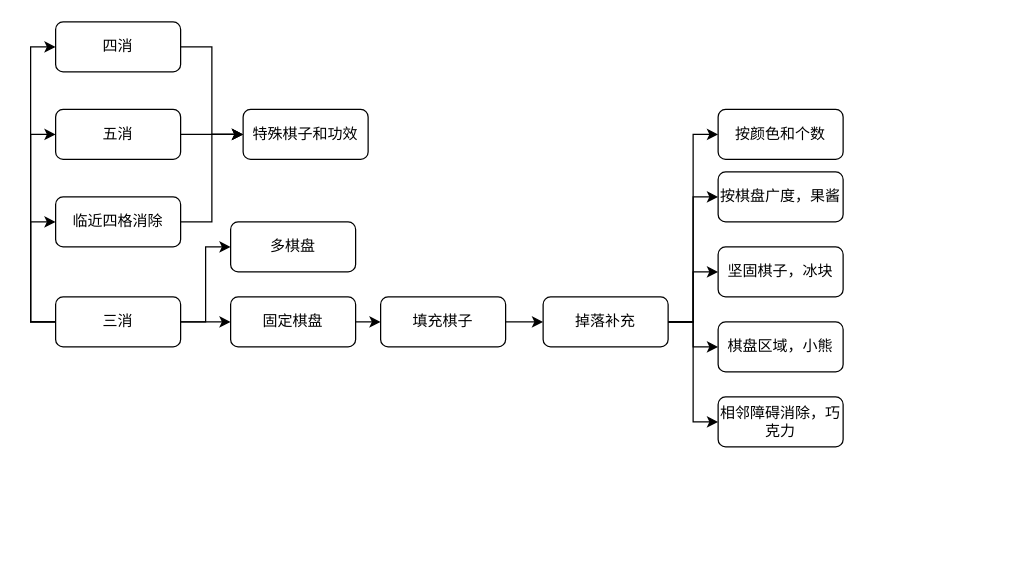
Archieeeeee/drawbox keeps this draw.io diagram as sanxiaodesign.drawio. Above is the earlier version. Source tidied: cells renumbered, new cells numbered last; positions are measured from the earlier drawing's top-left corner, leaving out a move shared by most shapes. Both pictures are drawn from the tidied source at 125%, with x=0, y=0 at pixel (55, 21).
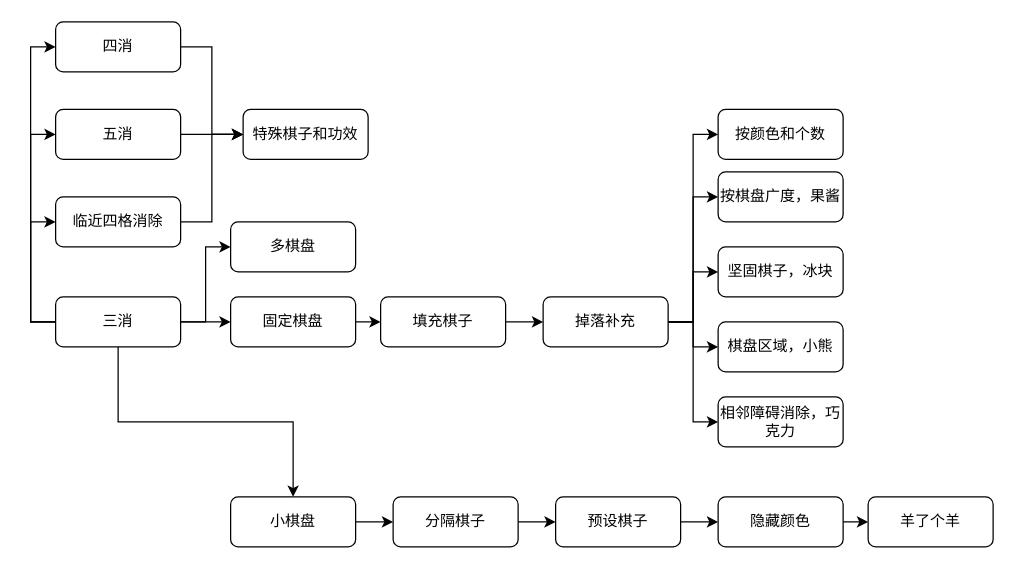
Above is the later version.

The change refers to these unchanged cells:
```xml
<mxCell id="7" value="三消" style="rounded=1;whiteSpace=wrap;html=1;" parent="1" vertex="1">
  <mxGeometry y="220" width="100" height="40" as="geometry" />
</mxCell>
```

Change to the diagram source:
```diff
@@
+    <mxCell id="31" style="edgeStyle=orthogonalEdgeStyle;rounded=0;jettySize=auto;html=1;exitX=0.5;exitY=1;exitDx=0;exitDy=0;" parent="1" edge="1" source="7" target="33">
+      <mxGeometry relative="1" as="geometry" />
+    </mxCell>
@@
+    <mxCell id="32" style="edgeStyle=orthogonalEdgeStyle;rounded=0;jettySize=auto;html=1;exitX=1;exitY=0.5;exitDx=0;exitDy=0;entryX=0;entryY=0.5;entryDx=0;entryDy=0;" parent="1" edge="1" source="33" target="35">
+      <mxGeometry relative="1" as="geometry" />
+    </mxCell>
+    <mxCell id="33" value="小棋盘" style="rounded=1;whiteSpace=wrap;html=1;" parent="1" vertex="1">
+      <mxGeometry x="140" y="380" width="100" height="40" as="geometry" />
+    </mxCell>
+    <mxCell id="34" style="edgeStyle=orthogonalEdgeStyle;rounded=0;jettySize=auto;html=1;exitX=1;exitY=0.5;exitDx=0;exitDy=0;" parent="1" edge="1" source="35" target="37">
+      <mxGeometry relative="1" as="geometry" />
+    </mxCell>
+    <mxCell id="35" value="分隔棋子" style="rounded=1;whiteSpace=wrap;html=1;" parent="1" vertex="1">
+      <mxGeometry x="270" y="380" width="100" height="40" as="geometry" />
+    </mxCell>
+    <mxCell id="36" style="edgeStyle=orthogonalEdgeStyle;rounded=0;jettySize=auto;html=1;exitX=1;exitY=0.5;exitDx=0;exitDy=0;entryX=0;entryY=0.5;entryDx=0;entryDy=0;" parent="1" edge="1" source="37" target="39">
+      <mxGeometry relative="1" as="geometry" />
+    </mxCell>
+    <mxCell id="37" value="预设棋子" style="rounded=1;whiteSpace=wrap;html=1;" parent="1" vertex="1">
+      <mxGeometry x="400" y="380" width="100" height="40" as="geometry" />
+    </mxCell>
+    <mxCell id="38" style="edgeStyle=orthogonalEdgeStyle;rounded=0;jettySize=auto;html=1;exitX=1;exitY=0.5;exitDx=0;exitDy=0;entryX=0;entryY=0.5;entryDx=0;entryDy=0;" parent="1" edge="1" source="39" target="40">
+      <mxGeometry relative="1" as="geometry" />
+    </mxCell>
+    <mxCell id="39" value="隐藏颜色" style="rounded=1;whiteSpace=wrap;html=1;" parent="1" vertex="1">
+      <mxGeometry x="530" y="380" width="100" height="40" as="geometry" />
+    </mxCell>
+    <mxCell id="40" value="羊了个羊" style="rounded=1;whiteSpace=wrap;html=1;" parent="1" vertex="1">
+      <mxGeometry x="650" y="380" width="100" height="40" as="geometry" />
+    </mxCell>
```
